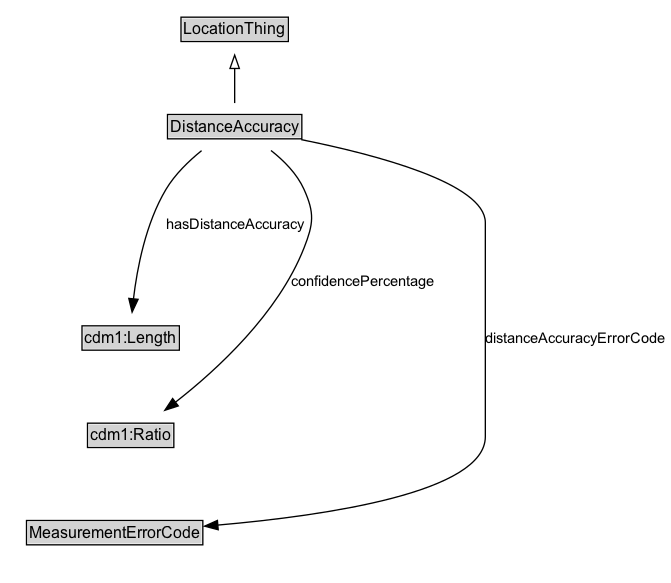
Above: docs/diagrams/DistanceAccuracy.dot.png in ISO-TC204/ontology-its-location-v1 (Graphviz), before the change. Its source is kept beside it as docs/diagrams/DistanceAccuracy.dot. Source of this version:
```dot
digraph {
	graph [overlap=false rankdir=TB splines=true]
	node [fontname=Arial fontsize=12 margin=0 shape=none]
	edge [fontname=Arial fontsize=11]
	{
		rank=source
		LocationThing [label=<<TABLE BORDER="1" CELLBORDER="0" CELLSPACING="0" CELLPADDING="1"><TR><TD BGCOLOR="lightgray" ALIGN="CENTER">LocationThing</TD></TR></TABLE>> URL="../LocationThing" margin=0]
	}
	DistanceAccuracy [label=<<TABLE BORDER="1" CELLBORDER="0" CELLSPACING="0" CELLPADDING="1"><TR><TD BGCOLOR="lightgray" ALIGN="CENTER">DistanceAccuracy</TD></TR></TABLE>> URL="../DistanceAccuracy" margin=0]
	{
		rank=max
	}
	subgraph cluster_associated {
		label="" style=invis
		Invis [label=<<TABLE BORDER="0" CELLBORDER="0" CELLSPACING="0" CELLPADDING="1"><TR><TD></TD></TR></TABLE>> margin=0 style=invis]
		cdm1_Length [label=<<TABLE BORDER="1" CELLBORDER="0" CELLSPACING="0" CELLPADDING="1"><TR><TD BGCOLOR="lightgray" ALIGN="CENTER">cdm1:Length</TD></TR></TABLE>> URL="https://w3id.org/citydata/part1/v1/Length" margin=0]
		cdm1_Ratio [label=<<TABLE BORDER="1" CELLBORDER="0" CELLSPACING="0" CELLPADDING="1"><TR><TD BGCOLOR="lightgray" ALIGN="CENTER">cdm1:Ratio</TD></TR></TABLE>> URL="https://w3id.org/citydata/part1/v1/Ratio" margin=0]
		MeasurementErrorCode [label=<<TABLE BORDER="1" CELLBORDER="0" CELLSPACING="0" CELLPADDING="1"><TR><TD BGCOLOR="lightgray" ALIGN="CENTER">MeasurementErrorCode</TD></TR></TABLE>> URL="../MeasurementErrorCode" margin=0]
	}
	DistanceAccuracy -> LocationThing [arrowhead=onormal style=solid]
	DistanceAccuracy -> Invis [style=invis]
	Invis -> cdm1_Length [style=invis]
	cdm1_Length -> cdm1_Ratio [style=invis]
	cdm1_Ratio -> MeasurementErrorCode [style=invis]
	cdm1_Length [label=<<TABLE BORDER="1" CELLBORDER="0" CELLSPACING="0" CELLPADDING="1"><TR><TD BGCOLOR="lightgray" ALIGN="CENTER">cdm1:Length</TD></TR></TABLE>> URL="https://w3id.org/citydata/part1/v1/Length" margin=0]
	DistanceAccuracy -> cdm1_Length [label=hasDistanceAccuracy arrowhead=normal style=solid]
	cdm1_Ratio [label=<<TABLE BORDER="1" CELLBORDER="0" CELLSPACING="0" CELLPADDING="1"><TR><TD BGCOLOR="lightgray" ALIGN="CENTER">cdm1:Ratio</TD></TR></TABLE>> URL="https://w3id.org/citydata/part1/v1/Ratio" margin=0]
	DistanceAccuracy -> cdm1_Ratio [label=confidencePercentage arrowhead=normal style=solid]
	MeasurementErrorCode [label=<<TABLE BORDER="1" CELLBORDER="0" CELLSPACING="0" CELLPADDING="1"><TR><TD BGCOLOR="lightgray" ALIGN="CENTER">MeasurementErrorCode</TD></TR></TABLE>> URL="../MeasurementErrorCode" margin=0]
	DistanceAccuracy -> MeasurementErrorCode [label=distanceAccuracyErrorCode arrowhead=normal style=solid]
}
```
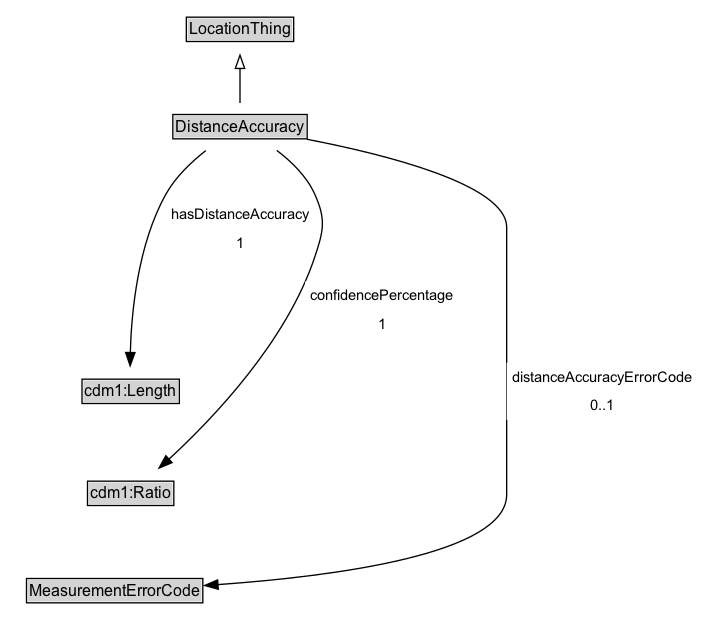
Above is the later version.

The edit, as a diff of the source:
```diff
@@ -23,9 +23,9 @@
 	cdm1_Length -> cdm1_Ratio [style=invis]
 	cdm1_Ratio -> MeasurementErrorCode [style=invis]
 	cdm1_Length [label=<<TABLE BORDER="1" CELLBORDER="0" CELLSPACING="0" CELLPADDING="1"><TR><TD BGCOLOR="lightgray" ALIGN="CENTER">cdm1:Length</TD></TR></TABLE>> URL="https://w3id.org/citydata/part1/v1/Length" margin=0]
-	DistanceAccuracy -> cdm1_Length [label=hasDistanceAccuracy arrowhead=normal style=solid]
+	DistanceAccuracy -> cdm1_Length [label=<<TABLE BORDER="0" CELLBORDER="0" CELLSPACING="0" CELLPADDING="4" BGCOLOR="white"><TR><TD ALIGN="CENTER">hasDistanceAccuracy</TD></TR><TR><TD ALIGN="CENTER">1</TD></TR></TABLE>> arrowhead=normal style=solid]
 	cdm1_Ratio [label=<<TABLE BORDER="1" CELLBORDER="0" CELLSPACING="0" CELLPADDING="1"><TR><TD BGCOLOR="lightgray" ALIGN="CENTER">cdm1:Ratio</TD></TR></TABLE>> URL="https://w3id.org/citydata/part1/v1/Ratio" margin=0]
-	DistanceAccuracy -> cdm1_Ratio [label=confidencePercentage arrowhead=normal style=solid]
+	DistanceAccuracy -> cdm1_Ratio [label=<<TABLE BORDER="0" CELLBORDER="0" CELLSPACING="0" CELLPADDING="4" BGCOLOR="white"><TR><TD ALIGN="CENTER">confidencePercentage</TD></TR><TR><TD ALIGN="CENTER">1</TD></TR></TABLE>> arrowhead=normal style=solid]
 	MeasurementErrorCode [label=<<TABLE BORDER="1" CELLBORDER="0" CELLSPACING="0" CELLPADDING="1"><TR><TD BGCOLOR="lightgray" ALIGN="CENTER">MeasurementErrorCode</TD></TR></TABLE>> URL="../MeasurementErrorCode" margin=0]
-	DistanceAccuracy -> MeasurementErrorCode [label=distanceAccuracyErrorCode arrowhead=normal style=solid]
+	DistanceAccuracy -> MeasurementErrorCode [label=<<TABLE BORDER="0" CELLBORDER="0" CELLSPACING="0" CELLPADDING="4" BGCOLOR="white"><TR><TD ALIGN="CENTER">distanceAccuracyErrorCode</TD></TR><TR><TD ALIGN="CENTER">0..1</TD></TR></TABLE>> arrowhead=normal style=solid]
 }
```
